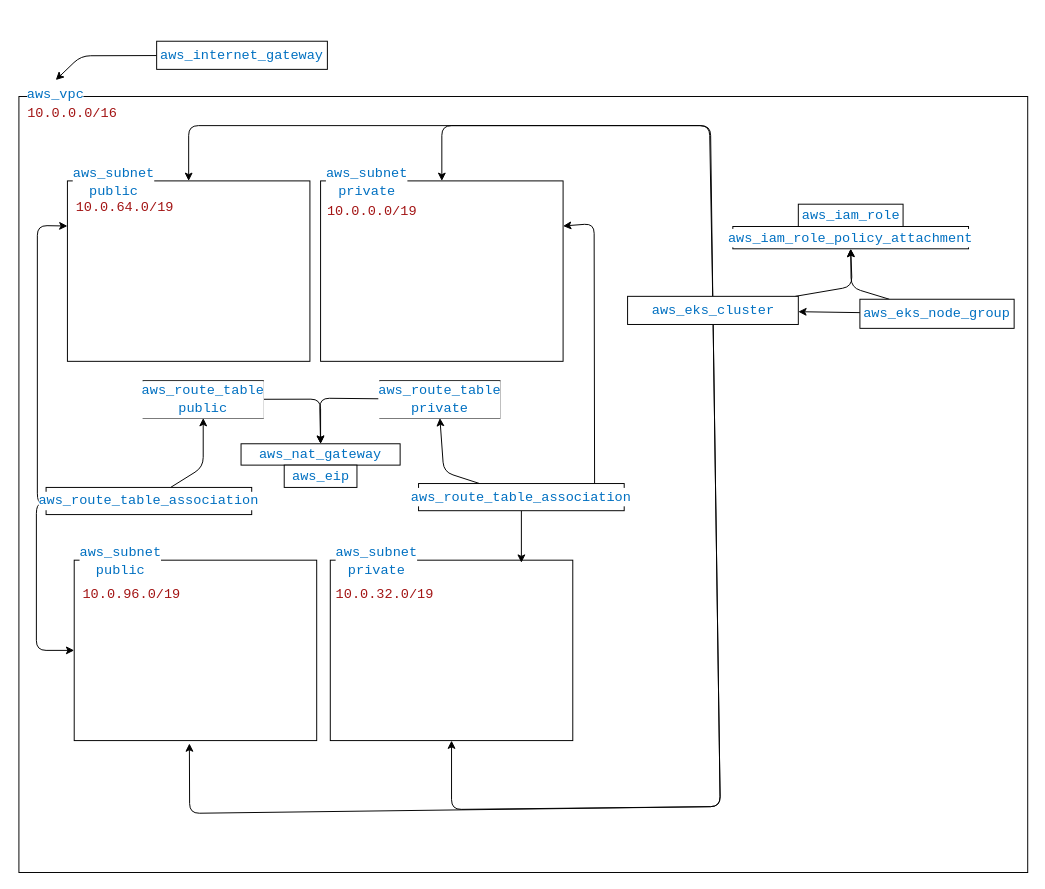
The draw.io diagram diagrams/terraform.dio in nadavSalman/counter-service, before the edit. Source tidied: cells renumbered, new cells numbered last; positions are measured from the earlier drawing's top-left corner, leaving out a move shared by most shapes. Both pictures are drawn from the tidied source at 97%, with x=0, y=0 at pixel (16, 41).
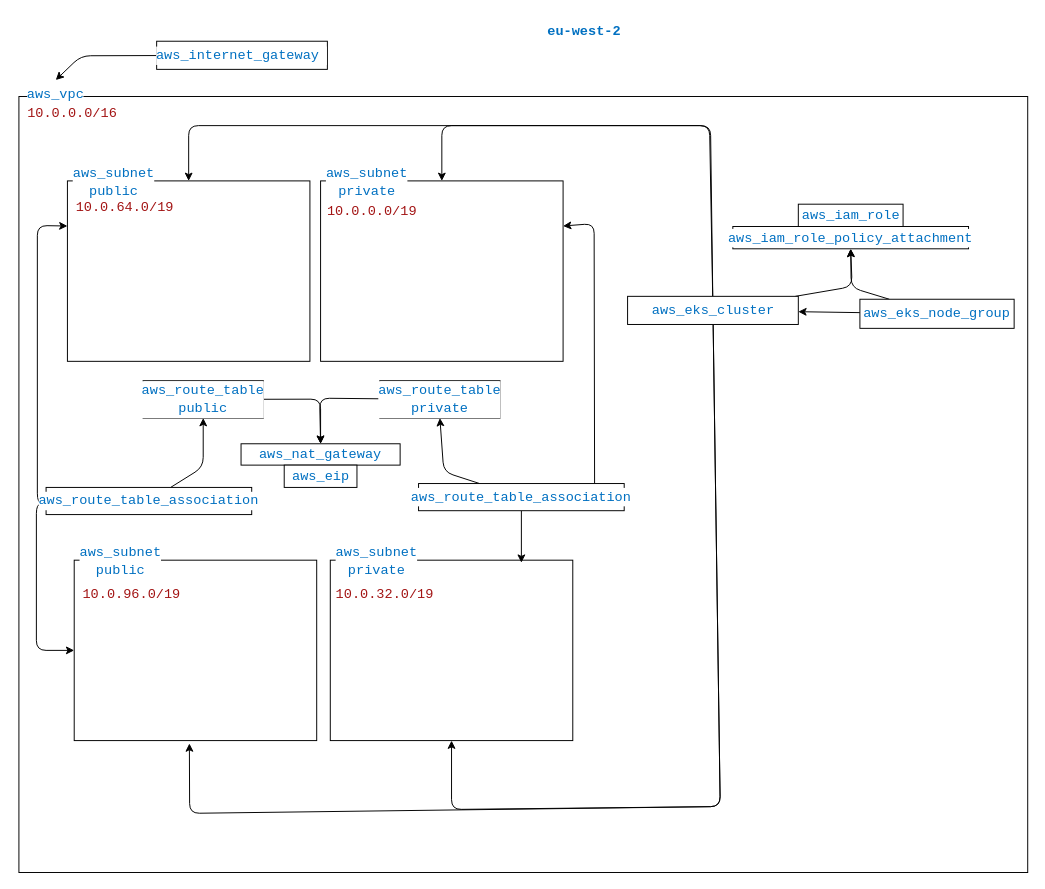
The same page after the edit.

The edit, as a diff of the source:
```diff
@@
-    <mxCell id="13" value="&lt;div style=&quot;color: rgb(59, 59, 59); background-color: rgb(255, 255, 255); font-family: Consolas, &amp;quot;Courier New&amp;quot;, monospace; font-size: 14px; line-height: 19px;&quot;&gt;&lt;span style=&quot;color: #0070c1;&quot;&gt;aws_internet_gateway&lt;/span&gt;&lt;/div&gt;" style="rounded=0;whiteSpace=wrap;html=1;" parent="1" vertex="1">
+    <mxCell id="13" value="&lt;div style=&quot;color: rgb(59, 59, 59); background-color: rgb(255, 255, 255); font-family: Consolas, &amp;quot;Courier New&amp;quot;, monospace; font-size: 14px; line-height: 19px;&quot;&gt;&lt;span style=&quot;color: #0070c1;&quot;&gt;aws_internet_gateway&amp;nbsp;&lt;/span&gt;&lt;/div&gt;" style="rounded=0;whiteSpace=wrap;html=1;" parent="1" vertex="1">
       <mxGeometry x="144" width="176" height="29" as="geometry" />
     </mxCell>
@@
+    <mxCell id="44" value="&lt;span style=&quot;color: rgb(0, 112, 193); background-color: rgb(255, 255, 255); font-family: Consolas, &amp;quot;Courier New&amp;quot;, monospace; font-size: 14px;&quot;&gt;&lt;b&gt;eu-west-2&lt;/b&gt;&lt;/span&gt;" style="text;html=1;strokeColor=none;fillColor=none;align=center;verticalAlign=middle;whiteSpace=wrap;rounded=0;" parent="1" vertex="1">
+      <mxGeometry x="531" y="-25" width="108" height="30" as="geometry" />
+    </mxCell>
```
